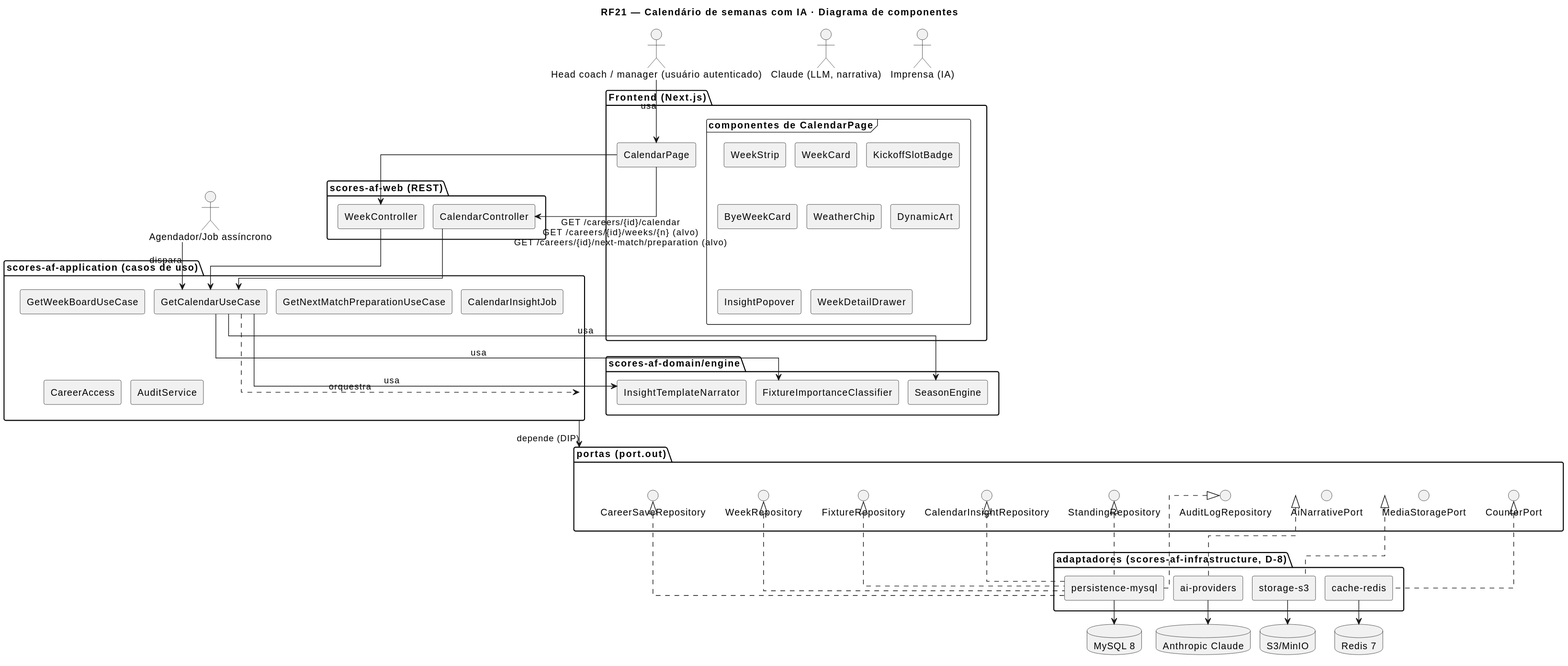
This is docs/RF21/RF21-cmp.svg from MatheusHaliski/Scores-American-Football, a PlantUML export, as it was before one commit.
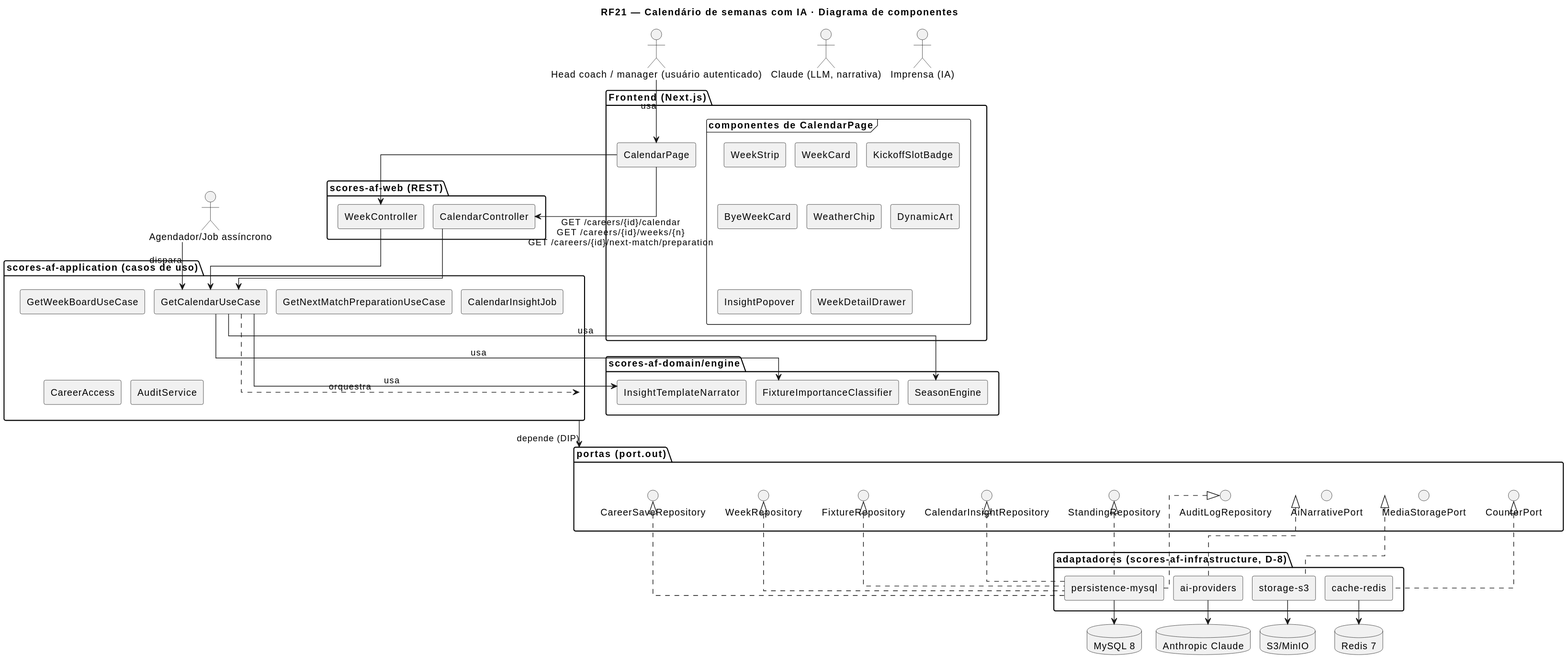
Later version of the same file.

The edit, as a diff of the source:
```diff
@@ -61,7 +61,7 @@
 database "Anthropic Claude" as s4
 c1 --> c5 : usa
 c2 --> c16 : dispara
-c5 --> c14 : GET /careers/{id}/calendar\nGET /careers/{id}/weeks/{n} (alvo)\nGET /careers/{id}/next-match/preparation (alvo)
+c5 --> c14 : GET /careers/{id}/calendar\nGET /careers/{id}/weeks/{n}\nGET /careers/{id}/next-match/preparation
 c5 --> c15
 c14 --> c16
 c15 --> c16
```
